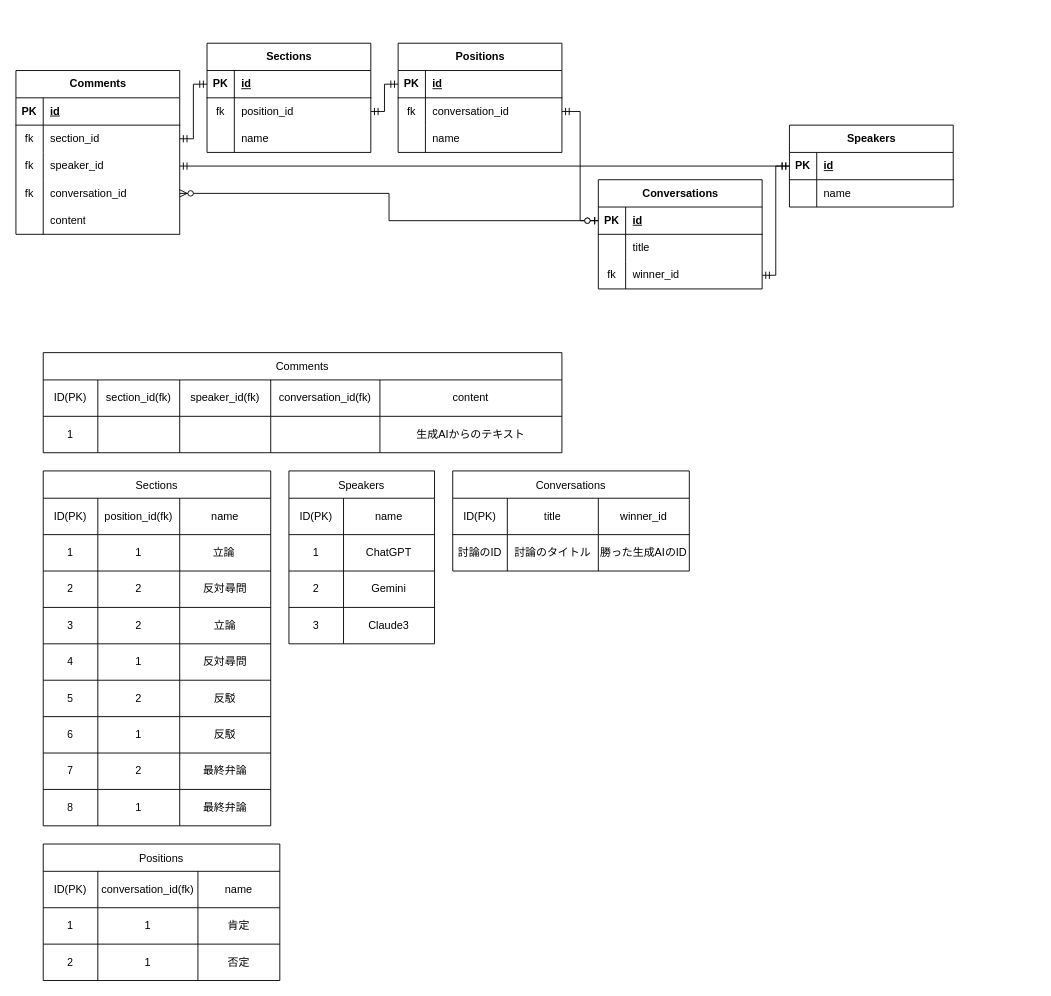
Earlier version of the draw.io diagram docs/ERdiagram.drawio (Sakauchi444/argut_ai). Source tidied: cells renumbered, new cells numbered last; positions are measured from the earlier drawing's top-left corner, leaving out a move shared by most shapes. Both pictures are drawn from the tidied source at 91%, with x=0, y=0 at pixel (15, 43).
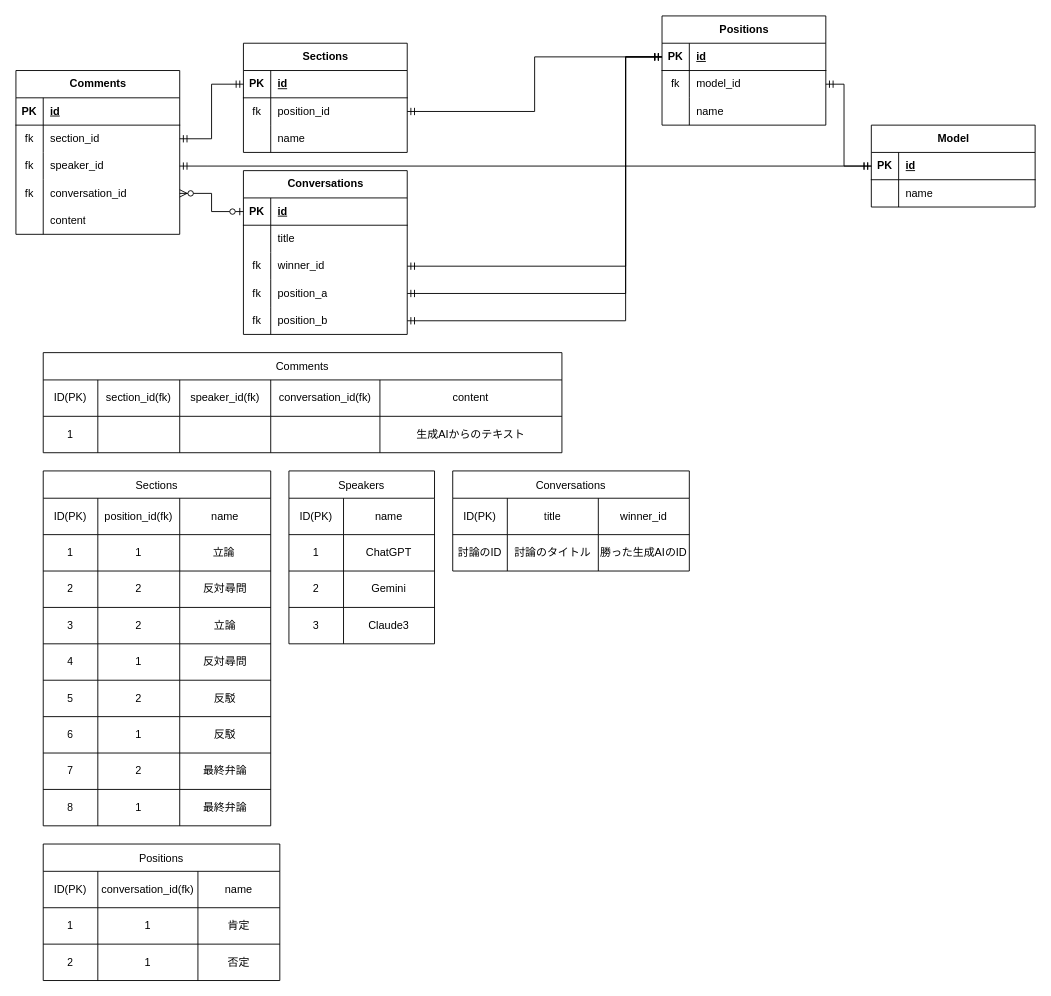
Above is the later version.

Commit message (it also covers changes not shown here):
ERdiagram.drawio を更新します

Unchanged cells that the change refers to:
```xml
<mxCell id="3" style="shape=tableRow;horizontal=0;startSize=0;swimlaneHead=0;swimlaneBody=0;fillColor=none;points=[[0,0.5],[1,0.5]];portConstraint=eastwest;top=0;left=0;right=0;bottom=1;" parent="2" vertex="1">
  <mxGeometry y="30" width="180" height="30" as="geometry" />
</mxCell>
<mxCell id="9" style="shape=tableRow;horizontal=0;startSize=0;swimlaneHead=0;swimlaneBody=0;fillColor=none;points=[[0,0.5],[1,0.5]];portConstraint=eastwest;top=0;left=0;right=0;bottom=0;" parent="2" vertex="1">
  <mxGeometry y="90" width="180" height="30" as="geometry" />
</mxCell>
<mxCell id="13" style="shape=tableRow;horizontal=0;startSize=0;swimlaneHead=0;swimlaneBody=0;fillColor=none;points=[[0,0.5],[1,0.5]];portConstraint=eastwest;top=0;left=0;right=0;bottom=1;" parent="12" vertex="1">
  <mxGeometry y="30" width="180" height="30" as="geometry" />
</mxCell>
<mxCell id="36" style="shape=tableRow;horizontal=0;startSize=0;swimlaneHead=0;swimlaneBody=0;fillColor=none;points=[[0,0.5],[1,0.5]];portConstraint=eastwest;top=0;left=0;right=0;bottom=1;" parent="35" vertex="1">
  <mxGeometry y="30" width="180" height="30" as="geometry" />
</mxCell>
<mxCell id="39" style="shape=tableRow;horizontal=0;startSize=0;swimlaneHead=0;swimlaneBody=0;fillColor=none;points=[[0,0.5],[1,0.5]];portConstraint=eastwest;top=0;left=0;right=0;bottom=0;" parent="35" vertex="1">
  <mxGeometry y="60" width="180" height="30" as="geometry" />
</mxCell>
```

The edit, as a diff of the source:
```diff
@@
     <mxCell id="2" value="Conversations" style="shape=table;startSize=30;childLayout=tableLayout;rowLines=0;fontStyle=1;align=center;html=1;" parent="1" vertex="1">
-      <mxGeometry x="640" y="150" width="180" height="120" as="geometry" />
+      <mxGeometry x="250" y="140" width="180" height="180" as="geometry" />
     </mxCell>
@@
+    <mxCell id="146" style="shape=tableRow;horizontal=0;startSize=0;swimlaneHead=0;swimlaneBody=0;fillColor=none;points=[[0,0.5],[1,0.5]];portConstraint=eastwest;top=0;left=0;right=0;bottom=0;" parent="2" vertex="1">
+      <mxGeometry y="120" width="180" height="30" as="geometry" />
+    </mxCell>
+    <mxCell id="147" value="fk" style="shape=partialRectangle;fillColor=none;top=0;left=0;bottom=0;right=0;overflow=hidden;whiteSpace=wrap;html=1;" parent="146" vertex="1">
+      <mxGeometry width="30" height="30" as="geometry" />
+    </mxCell>
+    <mxCell id="148" value="position_a" style="shape=partialRectangle;fillColor=none;top=0;left=0;bottom=0;right=0;align=left;spacingLeft=6;overflow=hidden;whiteSpace=wrap;html=1;" parent="146" vertex="1">
+      <mxGeometry x="30" width="150" height="30" as="geometry" />
+    </mxCell>
+    <mxCell id="149" style="shape=tableRow;horizontal=0;startSize=0;swimlaneHead=0;swimlaneBody=0;fillColor=none;points=[[0,0.5],[1,0.5]];portConstraint=eastwest;top=0;left=0;right=0;bottom=0;" parent="2" vertex="1">
+      <mxGeometry y="150" width="180" height="30" as="geometry" />
+    </mxCell>
+    <mxCell id="150" value="fk" style="shape=partialRectangle;fillColor=none;top=0;left=0;bottom=0;right=0;overflow=hidden;whiteSpace=wrap;html=1;" parent="149" vertex="1">
+      <mxGeometry width="30" height="30" as="geometry" />
+    </mxCell>
+    <mxCell id="151" value="position_b" style="shape=partialRectangle;fillColor=none;top=0;left=0;bottom=0;right=0;align=left;spacingLeft=6;overflow=hidden;whiteSpace=wrap;html=1;" parent="149" vertex="1">
+      <mxGeometry x="30" width="150" height="30" as="geometry" />
+    </mxCell>
-    <mxCell id="12" value="Speakers" style="shape=table;startSize=30;childLayout=tableLayout;rowLines=0;fontStyle=1;align=center;html=1;" parent="1" vertex="1">
-      <mxGeometry x="850" y="90" width="180" height="90" as="geometry" />
+    <mxCell id="12" value="Model" style="shape=table;startSize=30;childLayout=tableLayout;rowLines=0;fontStyle=1;align=center;html=1;" parent="1" vertex="1">
+      <mxGeometry x="940" y="90" width="180" height="90" as="geometry" />
     </mxCell>
@@
     <mxCell id="35" value="Positions" style="shape=table;startSize=30;childLayout=tableLayout;rowLines=0;fontStyle=1;align=center;html=1;" parent="1" vertex="1">
-      <mxGeometry x="420" width="180" height="120" as="geometry" />
+      <mxGeometry x="710" y="-30" width="180" height="120" as="geometry" />
     </mxCell>
@@
-    <mxCell id="41" value="conversation_id" style="shape=partialRectangle;fillColor=none;top=0;left=0;bottom=0;right=0;align=left;spacingLeft=6;overflow=hidden;whiteSpace=wrap;html=1;" parent="39" vertex="1">
+    <mxCell id="41" value="model_id" style="shape=partialRectangle;fillColor=none;top=0;left=0;bottom=0;right=0;align=left;spacingLeft=6;overflow=hidden;whiteSpace=wrap;html=1;" parent="39" vertex="1">
       <mxGeometry x="30" width="150" height="30" as="geometry" />
     </mxCell>
@@
     <mxCell id="45" value="Sections" style="shape=table;startSize=30;childLayout=tableLayout;rowLines=0;fontStyle=1;align=center;html=1;" parent="1" vertex="1">
-      <mxGeometry x="210" width="180" height="120" as="geometry" />
+      <mxGeometry x="250" width="180" height="120" as="geometry" />
     </mxCell>
@@
-    <mxCell id="59" style="edgeStyle=orthogonalEdgeStyle;fontSize=12;html=1;endArrow=ERmandOne;startArrow=ERmandOne;rounded=0;entryX=0;entryY=0.5;entryDx=0;entryDy=0;exitX=1;exitY=0.5;exitDx=0;exitDy=0;" parent="1" edge="1" source="9" target="13">
-      <mxGeometry relative="1" as="geometry" />
-    </mxCell>
@@
-    <mxCell id="145" style="fontSize=12;html=1;endArrow=ERzeroToOne;startArrow=ERmandOne;rounded=0;exitX=1;exitY=0.5;exitDx=0;exitDy=0;edgeStyle=elbowEdgeStyle;entryX=0;entryY=0.5;entryDx=0;entryDy=0;" parent="1" edge="1" source="39" target="3">
-      <mxGeometry relative="1" as="geometry" />
-    </mxCell>
+    <mxCell id="152" style="edgeStyle=orthogonalEdgeStyle;fontSize=12;html=1;endArrow=ERmandOne;startArrow=ERmandOne;rounded=0;exitX=1;exitY=0.5;exitDx=0;exitDy=0;entryX=0;entryY=0.5;entryDx=0;entryDy=0;" parent="1" edge="1" source="146" target="36">
+      <mxGeometry relative="1" as="geometry">
+        <Array as="points">
+          <mxPoint x="670" y="275" />
+          <mxPoint x="670" y="15" />
+        </Array>
+      </mxGeometry>
+    </mxCell>
+    <mxCell id="153" style="edgeStyle=orthogonalEdgeStyle;fontSize=12;html=1;endArrow=ERmandOne;startArrow=ERmandOne;rounded=0;entryX=0;entryY=0.5;entryDx=0;entryDy=0;exitX=1;exitY=0.5;exitDx=0;exitDy=0;" parent="1" edge="1" source="149" target="36">
+      <mxGeometry relative="1" as="geometry">
+        <Array as="points">
+          <mxPoint x="670" y="305" />
+          <mxPoint x="670" y="15" />
+        </Array>
+      </mxGeometry>
+    </mxCell>
+    <mxCell id="154" style="edgeStyle=orthogonalEdgeStyle;fontSize=12;html=1;endArrow=ERmandOne;startArrow=ERmandOne;rounded=0;exitX=1;exitY=0.5;exitDx=0;exitDy=0;entryX=0;entryY=0.5;entryDx=0;entryDy=0;" parent="1" edge="1" source="39" target="13">
+      <mxGeometry relative="1" as="geometry">
+        <Array as="points">
+          <mxPoint x="910" y="45" />
+          <mxPoint x="910" y="135" />
+        </Array>
+      </mxGeometry>
+    </mxCell>
+    <mxCell id="155" style="edgeStyle=orthogonalEdgeStyle;fontSize=12;html=1;endArrow=ERmandOne;startArrow=ERmandOne;rounded=0;exitX=1;exitY=0.5;exitDx=0;exitDy=0;entryX=0;entryY=0.5;entryDx=0;entryDy=0;" parent="1" edge="1" source="9" target="36">
+      <mxGeometry relative="1" as="geometry">
+        <Array as="points">
+          <mxPoint x="670" y="245" />
+          <mxPoint x="670" y="15" />
+        </Array>
+      </mxGeometry>
+    </mxCell>
```
